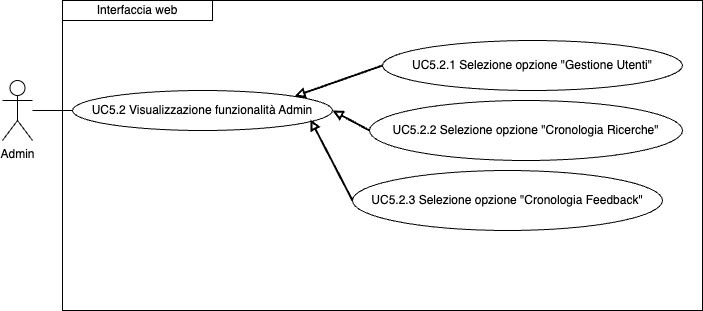
Above: imgs/Uml/UC5.2.png in ShameIRL/farmacode (draw.io), before the change. Source tidied: cells renumbered, new cells last; positions are measured from the earlier drawing's top-left corner, leaving out a move shared by most shapes.
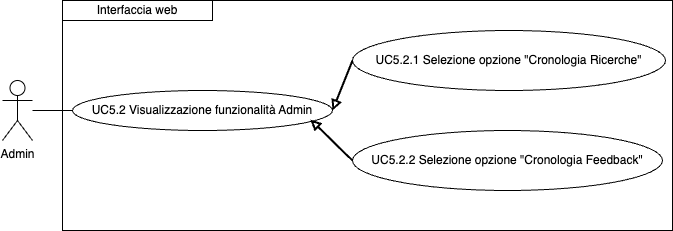
After the change.

The edit, as a diff of the source:
```diff
@@ -2,14 +2,11 @@
   <root>
     <mxCell id="0" />
     <mxCell id="1" parent="0" />
-    <mxCell id="2" value="UC5.2.1 Selezione opzione &quot;Gestione Utenti&quot;" style="ellipse;whiteSpace=wrap;html=1;" parent="1" vertex="1">
-      <mxGeometry x="380" y="40" width="300" height="50" as="geometry" />
-    </mxCell>
-    <mxCell id="3" value="UC5.2.2 Selezione opzione &quot;Cronologia Ricerche&quot;" style="ellipse;whiteSpace=wrap;html=1;" parent="1" vertex="1">
-      <mxGeometry x="367" y="100" width="313" height="60" as="geometry" />
+    <mxCell id="3" value="UC5.2.1 Selezione opzione &quot;Cronologia Ricerche&quot;" style="ellipse;whiteSpace=wrap;html=1;" parent="1" vertex="1">
+      <mxGeometry x="350" y="30" width="313" height="60" as="geometry" />
     </mxCell>
-    <mxCell id="4" value="UC5.2.3 Selezione opzione &quot;Cronologia Feedback&quot;" style="ellipse;whiteSpace=wrap;html=1;" parent="1" vertex="1">
-      <mxGeometry x="350" y="170" width="310" height="60" as="geometry" />
+    <mxCell id="4" value="UC5.2.2 Selezione opzione &quot;Cronologia Feedback&quot;" style="ellipse;whiteSpace=wrap;html=1;" parent="1" vertex="1">
+      <mxGeometry x="350" y="130" width="310" height="60" as="geometry" />
     </mxCell>
     <mxCell id="5" value="UC5.2 Visualizzazione funzionalità Admin" style="ellipse;whiteSpace=wrap;html=1;" parent="1" vertex="1">
       <mxGeometry x="70" y="90" width="260" height="40" as="geometry" />
@@ -23,9 +20,6 @@
         <mxPoint x="70" y="110" as="targetPoint" />
       </mxGeometry>
     </mxCell>
-    <mxCell id="8" style="endArrow=none;html=1;rounded=0;entryX=0;entryY=0.5;entryDx=0;entryDy=0;startArrow=block;startFill=0;strokeWidth=2;exitX=1;exitY=0;exitDx=0;exitDy=0;" parent="1" edge="1" source="5" target="2">
-      <mxGeometry relative="1" as="geometry" />
-    </mxCell>
     <mxCell id="9" style="endArrow=none;html=1;rounded=0;entryX=0;entryY=0.5;entryDx=0;entryDy=0;startArrow=block;startFill=0;strokeWidth=2;exitX=1;exitY=0.5;exitDx=0;exitDy=0;" parent="1" edge="1" source="5" target="3">
       <mxGeometry relative="1" as="geometry" />
     </mxCell>
@@ -35,8 +29,8 @@
     <mxCell id="11" value="Interfaccia web" style="rounded=0;whiteSpace=wrap;html=1;" parent="1" vertex="1">
       <mxGeometry x="60" width="150" height="20" as="geometry" />
     </mxCell>
-    <mxCell id="12" style="rounded=0;whiteSpace=wrap;html=1;fillColor=none;" parent="1" vertex="1">
-      <mxGeometry x="60" width="640" height="310" as="geometry" />
-    </mxCell>
+    <mxCell id="13" style="rounded=0;whiteSpace=wrap;html=1;fillColor=none;" parent="1" vertex="1">
+      <mxGeometry x="60" width="610" height="230" as="geometry" />
+    </mxCell>
   </root>
 </mxGraphModel>
```
